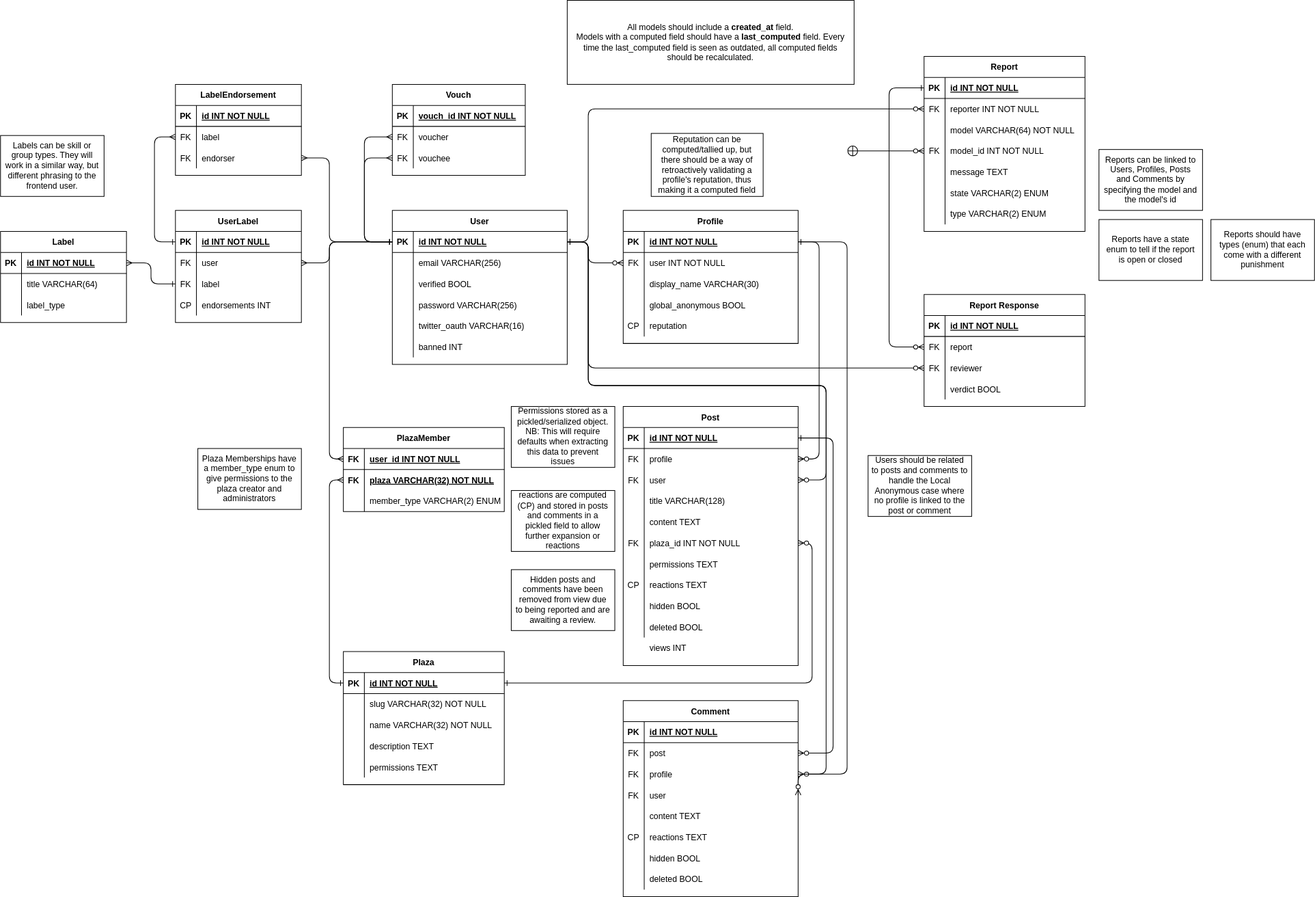
This is backend/docs/EconPlaza.svg from BenConstable9/ECMM427-Group-Development-Project-EconPlaza-Mirror, a draw.io export, as it was before one commit. Source tidied: cells renumbered, new cells last; positions are measured from the earlier drawing's top-left corner, leaving out a move shared by most shapes.
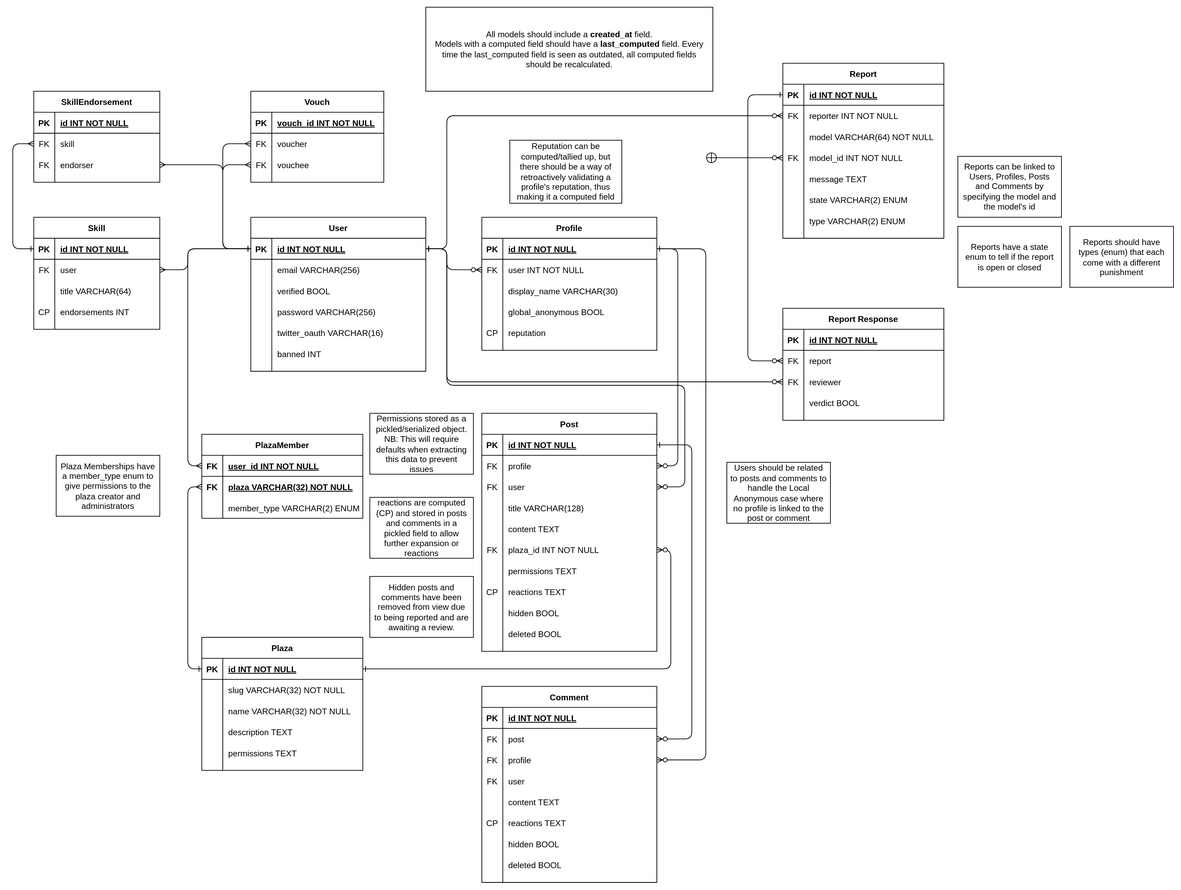
After the change.

Commit message:
Add first draft of database design

The edit, as a diff of the source:
```diff
@@ -62,7 +62,7 @@
       <mxGeometry x="30" width="220" height="30" as="geometry" />
     </mxCell>
     <mxCell id="20" value="Post" style="shape=table;startSize=30;rowLines=0;fontStyle=1;align=center;" parent="1" vertex="1">
-      <mxGeometry x="890" y="580" width="250" height="370" as="geometry" />
+      <mxGeometry x="890" y="580" width="250" height="340" as="geometry" />
     </mxCell>
     <mxCell id="21" style="shape=partialRectangle;fillColor=none;points=[[0,0.5],[1,0.5]];portConstraint=eastwest;top=0;left=0;right=0;bottom=1;" parent="20" vertex="1">
       <mxGeometry y="30" width="250" height="30" as="geometry" />
@@ -218,7 +218,7 @@
       <mxGeometry x="730" y="813" width="148" height="87" as="geometry" />
     </mxCell>
     <mxCell id="72" value="Plaza" style="shape=table;startSize=30;rowLines=0;fontStyle=1;align=center;strokeColor=default;" parent="1" vertex="1">
-      <mxGeometry x="490" y="930" width="230" height="190" as="geometry" />
+      <mxGeometry x="490" y="900" width="230" height="190" as="geometry" />
     </mxCell>
     <mxCell id="73" style="shape=partialRectangle;fillColor=none;top=0;left=0;bottom=1;right=0;points=[[0,0.5],[1,0.5]];portConstraint=eastwest;" parent="72" vertex="1">
       <mxGeometry y="30" width="230" height="30" as="geometry" />
@@ -356,7 +356,7 @@
       </mxGeometry>
     </mxCell>
     <mxCell id="113" value="Comment" style="shape=table;startSize=30;rowLines=0;fontStyle=1;align=center;strokeColor=default;" parent="1" vertex="1">
-      <mxGeometry x="890" y="1000" width="250" height="280" as="geometry" />
+      <mxGeometry x="890" y="970" width="250" height="280" as="geometry" />
     </mxCell>
     <mxCell id="114" style="shape=partialRectangle;fillColor=none;top=0;left=0;bottom=1;right=0;" parent="113" vertex="1">
       <mxGeometry y="30" width="250" height="30" as="geometry" />
@@ -520,7 +520,7 @@
       <mxGeometry x="1570" y="313" width="148" height="87" as="geometry" />
     </mxCell>
     <mxCell id="165" value="Report Response" style="shape=table;startSize=30;rowLines=0;fontStyle=1;align=center;strokeColor=default;" parent="1" vertex="1">
-      <mxGeometry x="1320" y="420" width="230" height="160" as="geometry" />
+      <mxGeometry x="1320" y="430" width="230" height="160" as="geometry" />
     </mxCell>
     <mxCell id="166" style="shape=partialRectangle;fillColor=none;top=0;left=0;bottom=1;right=0;" parent="165" vertex="1">
       <mxGeometry y="30" width="230" height="30" as="geometry" />
@@ -575,7 +575,7 @@
     <mxCell id="180" value="Reports should have types (enum) that each come with a different punishment" style="text;html=1;strokeColor=default;fillColor=none;align=center;verticalAlign=middle;whiteSpace=wrap;rounded=0;perimeterSpacing=0;spacingTop=5;spacingBottom=5;spacing=6;" parent="1" vertex="1">
       <mxGeometry x="1730" y="313" width="148" height="87" as="geometry" />
     </mxCell>
-    <mxCell id="181" value="UserLabel" style="shape=table;startSize=30;rowLines=0;fontStyle=1;align=center;strokeColor=default;" parent="1" vertex="1">
+    <mxCell id="181" value="Skill" style="shape=table;startSize=30;rowLines=0;fontStyle=1;align=center;strokeColor=default;" parent="1" vertex="1">
       <mxGeometry x="250" y="300" width="180" height="160" as="geometry" />
     </mxCell>
     <mxCell id="182" style="shape=partialRectangle;fillColor=none;top=0;left=0;bottom=1;right=0;points=[[0,0.5],[1,0.5]];portConstraint=eastwest;" parent="181" vertex="1">
@@ -599,10 +599,10 @@
     <mxCell id="188" style="shape=partialRectangle;fillColor=none;top=0;left=0;bottom=0;right=0;points=[[0,0.5],[1,0.5]];portConstraint=eastwest;" parent="181" vertex="1">
       <mxGeometry y="90" width="180" height="30" as="geometry" />
     </mxCell>
-    <mxCell id="189" value="FK" style="shape=partialRectangle;fillColor=none;top=0;left=0;bottom=0;right=0;overflow=hidden;" parent="188" vertex="1">
+    <mxCell id="189" style="shape=partialRectangle;fillColor=none;top=0;left=0;bottom=0;right=0;overflow=hidden;" parent="188" vertex="1">
       <mxGeometry width="30" height="30" as="geometry" />
     </mxCell>
-    <mxCell id="190" value="label" style="shape=partialRectangle;fillColor=none;top=0;left=0;bottom=0;right=0;align=left;spacingLeft=6;overflow=hidden;" parent="188" vertex="1">
+    <mxCell id="190" value="title VARCHAR(64)" style="shape=partialRectangle;fillColor=none;top=0;left=0;bottom=0;right=0;align=left;spacingLeft=6;overflow=hidden;" parent="188" vertex="1">
       <mxGeometry x="30" width="150" height="30" as="geometry" />
     </mxCell>
     <mxCell id="191" style="shape=partialRectangle;fillColor=none;top=0;left=0;bottom=0;right=0;" parent="181" vertex="1">
@@ -621,7 +621,7 @@
         </Array>
       </mxGeometry>
     </mxCell>
-    <mxCell id="195" value="LabelEndorsement" style="shape=table;startSize=30;rowLines=0;fontStyle=1;align=center;strokeColor=default;" parent="1" vertex="1">
+    <mxCell id="195" value="SkillEndorsement" style="shape=table;startSize=30;rowLines=0;fontStyle=1;align=center;strokeColor=default;" parent="1" vertex="1">
       <mxGeometry x="250" y="120" width="180" height="130" as="geometry" />
     </mxCell>
     <mxCell id="196" style="shape=partialRectangle;fillColor=none;top=0;left=0;bottom=1;right=0;" parent="195" vertex="1">
@@ -639,7 +639,7 @@
     <mxCell id="200" value="FK" style="shape=partialRectangle;fillColor=none;top=0;left=0;bottom=0;right=0;overflow=hidden;" parent="199" vertex="1">
       <mxGeometry width="30" height="30" as="geometry" />
     </mxCell>
-    <mxCell id="201" value="label" style="shape=partialRectangle;fillColor=none;top=0;left=0;bottom=0;right=0;align=left;spacingLeft=6;overflow=hidden;" parent="199" vertex="1">
+    <mxCell id="201" value="skill" style="shape=partialRectangle;fillColor=none;top=0;left=0;bottom=0;right=0;align=left;spacingLeft=6;overflow=hidden;" parent="199" vertex="1">
       <mxGeometry x="30" width="150" height="30" as="geometry" />
     </mxCell>
     <mxCell id="202" style="shape=partialRectangle;fillColor=none;top=0;left=0;bottom=0;right=0;points=[[0,0.5],[1,0.5]];portConstraint=eastwest;" parent="195" vertex="1">
@@ -651,7 +651,7 @@
     <mxCell id="204" value="endorser" style="shape=partialRectangle;fillColor=none;top=0;left=0;bottom=0;right=0;align=left;spacingLeft=6;overflow=hidden;" parent="202" vertex="1">
       <mxGeometry x="30" width="150" height="30" as="geometry" />
     </mxCell>
-    <mxCell id="205" style="edgeStyle=elbowEdgeStyle;rounded=1;jettySize=auto;html=1;exitX=0;exitY=0.5;exitDx=0;exitDy=0;startArrow=ERmany;startFill=0;endArrow=ERone;endFill=0;entryX=0;entryY=0.5;entryDx=0;entryDy=0;" parent="1" edge="1" source="199" target="182">
+    <mxCell id="205" style="edgeStyle=elbowEdgeStyle;rounded=1;jettySize=auto;html=1;exitX=0;exitY=0.5;exitDx=0;exitDy=0;entryX=0;entryY=0.5;entryDx=0;entryDy=0;startArrow=ERmany;startFill=0;endArrow=ERone;endFill=0;" parent="1" edge="1" source="199" target="182">
       <mxGeometry relative="1" as="geometry">
         <Array as="points">
           <mxPoint x="220" y="270" />
@@ -661,7 +661,7 @@
     <mxCell id="206" style="edgeStyle=elbowEdgeStyle;rounded=1;jettySize=auto;html=1;exitX=1;exitY=0.5;exitDx=0;exitDy=0;entryX=0;entryY=0.5;entryDx=0;entryDy=0;startArrow=ERmany;startFill=0;endArrow=ERone;endFill=0;" parent="1" edge="1" source="202" target="52">
       <mxGeometry relative="1" as="geometry">
         <Array as="points">
-          <mxPoint x="470" y="290" />
+          <mxPoint x="520" y="290" />
         </Array>
       </mxGeometry>
     </mxCell>
@@ -669,8 +669,8 @@
       <mxGeometry relative="1" as="geometry">
         <Array as="points">
           <mxPoint x="840" y="345" />
-          <mxPoint x="840" y="550" />
-          <mxPoint x="1180" y="550" />
+          <mxPoint x="840" y="540" />
+          <mxPoint x="1180" y="540" />
           <mxPoint x="1180" y="685" />
         </Array>
       </mxGeometry>
@@ -700,54 +700,5 @@
     <mxCell id="213" value="Reputation can be computed/tallied up, but there should be a way of retroactively validating a profile's reputation, thus making it a computed field" style="text;html=1;strokeColor=default;fillColor=none;align=center;verticalAlign=middle;whiteSpace=wrap;rounded=0;perimeterSpacing=0;spacingTop=5;spacingBottom=5;spacing=6;" parent="1" vertex="1">
       <mxGeometry x="930" y="190" width="160" height="90" as="geometry" />
     </mxCell>
-    <mxCell id="214" value="Label" style="shape=table;startSize=30;rowLines=0;fontStyle=1;align=center;strokeColor=default;" parent="1" vertex="1">
-      <mxGeometry y="330" width="180" height="130" as="geometry" />
-    </mxCell>
-    <mxCell id="215" style="shape=partialRectangle;fillColor=none;top=0;left=0;bottom=1;right=0;points=[[0,0.5],[1,0.5]];portConstraint=eastwest;" parent="214" vertex="1">
-      <mxGeometry y="30" width="180" height="30" as="geometry" />
-    </mxCell>
-    <mxCell id="216" value="PK" style="shape=partialRectangle;fillColor=none;top=0;left=0;bottom=0;right=0;fontStyle=1;overflow=hidden;" parent="215" vertex="1">
-      <mxGeometry width="30" height="30" as="geometry" />
-    </mxCell>
-    <mxCell id="217" value="id INT NOT NULL" style="shape=partialRectangle;fillColor=none;top=0;left=0;bottom=0;right=0;align=left;spacingLeft=6;fontStyle=5;overflow=hidden;" parent="215" vertex="1">
-      <mxGeometry x="30" width="150" height="30" as="geometry" />
-    </mxCell>
-    <mxCell id="218" style="shape=partialRectangle;fillColor=none;top=0;left=0;bottom=0;right=0;" parent="214" vertex="1">
-      <mxGeometry y="60" width="180" height="30" as="geometry" />
-    </mxCell>
-    <mxCell id="219" style="shape=partialRectangle;fillColor=none;top=0;left=0;bottom=0;right=0;overflow=hidden;" parent="218" vertex="1">
-      <mxGeometry width="30" height="30" as="geometry" />
-    </mxCell>
-    <mxCell id="220" value="title VARCHAR(64)" style="shape=partialRectangle;fillColor=none;top=0;left=0;bottom=0;right=0;align=left;spacingLeft=6;overflow=hidden;" parent="218" vertex="1">
-      <mxGeometry x="30" width="150" height="30" as="geometry" />
-    </mxCell>
-    <mxCell id="221" style="shape=partialRectangle;fillColor=none;top=0;left=0;bottom=0;right=0;" parent="214" vertex="1">
-      <mxGeometry y="90" width="180" height="30" as="geometry" />
-    </mxCell>
-    <mxCell id="222" style="shape=partialRectangle;fillColor=none;top=0;left=0;bottom=0;right=0;overflow=hidden;" parent="221" vertex="1">
-      <mxGeometry width="30" height="30" as="geometry" />
-    </mxCell>
-    <mxCell id="223" value="label_type" style="shape=partialRectangle;fillColor=none;top=0;left=0;bottom=0;right=0;align=left;spacingLeft=6;overflow=hidden;" parent="221" vertex="1">
-      <mxGeometry x="30" width="150" height="30" as="geometry" />
-    </mxCell>
-    <mxCell id="224" style="edgeStyle=orthogonalEdgeStyle;rounded=1;jettySize=auto;html=1;exitX=1;exitY=0.5;exitDx=0;exitDy=0;entryX=0;entryY=0.5;entryDx=0;entryDy=0;endArrow=ERone;endFill=0;startArrow=ERmany;startFill=0;strokeColor=default;" parent="1" edge="1" source="215" target="188">
-      <mxGeometry relative="1" as="geometry" />
-    </mxCell>
-    <mxCell id="225" value="Labels can be skill or group types. They will work in a similar way, but different phrasing to the frontend user." style="text;html=1;strokeColor=default;fillColor=none;align=center;verticalAlign=middle;whiteSpace=wrap;rounded=0;perimeterSpacing=0;spacingTop=5;spacingBottom=5;spacing=6;" parent="1" vertex="1">
-      <mxGeometry y="193" width="148" height="87" as="geometry" />
-    </mxCell>
-    <mxCell id="226" style="edgeStyle=orthogonalEdgeStyle;rounded=1;jettySize=auto;html=1;exitX=1;exitY=0.5;exitDx=0;exitDy=0;startArrow=ERzeroToMany;startFill=1;endArrow=ERone;endFill=0;strokeColor=default;entryX=1;entryY=0.5;entryDx=0;entryDy=0;" parent="1" edge="1" source="123" target="52">
-      <mxGeometry relative="1" as="geometry">
-        <Array as="points">
-          <mxPoint x="1180" y="1105" />
-          <mxPoint x="1180" y="550" />
-          <mxPoint x="840" y="550" />
-          <mxPoint x="840" y="345" />
-        </Array>
-      </mxGeometry>
-    </mxCell>
-    <mxCell id="227" value="views INT" style="shape=partialRectangle;fillColor=none;top=0;left=0;bottom=0;right=0;align=left;spacingLeft=6;overflow=hidden;labelBorderColor=none;" parent="1" vertex="1">
-      <mxGeometry x="920" y="910" width="220" height="30" as="geometry" />
-    </mxCell>
   </root>
 </mxGraphModel>
```
